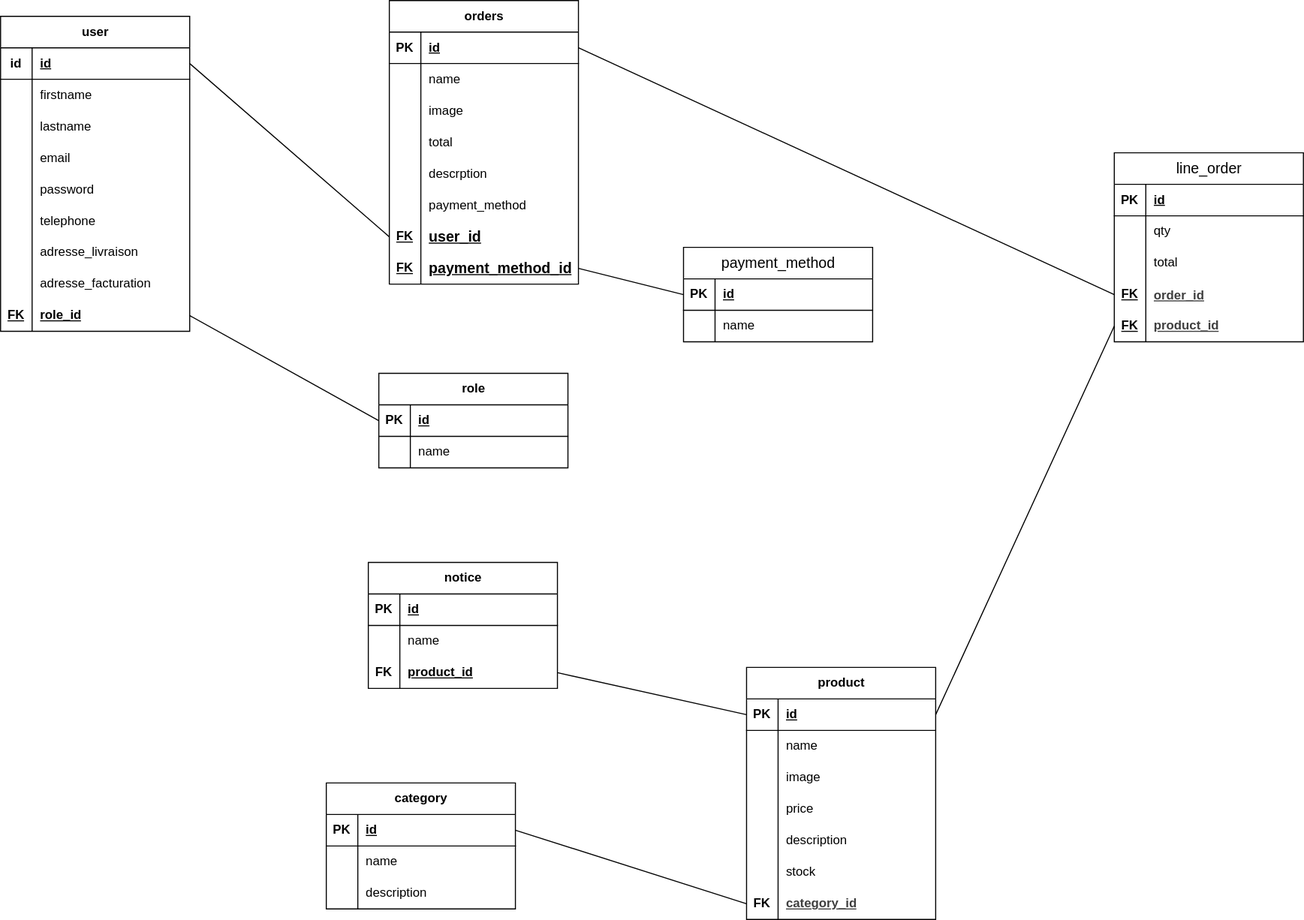
Before: code/merise/project/MLD.drawio.svg, a diagram exported from draw.io (AwadRoubahAhmed/eMateriel). Source tidied: cells renumbered, new cells last; positions are measured from the earlier drawing's top-left corner, leaving out a move shared by most shapes.
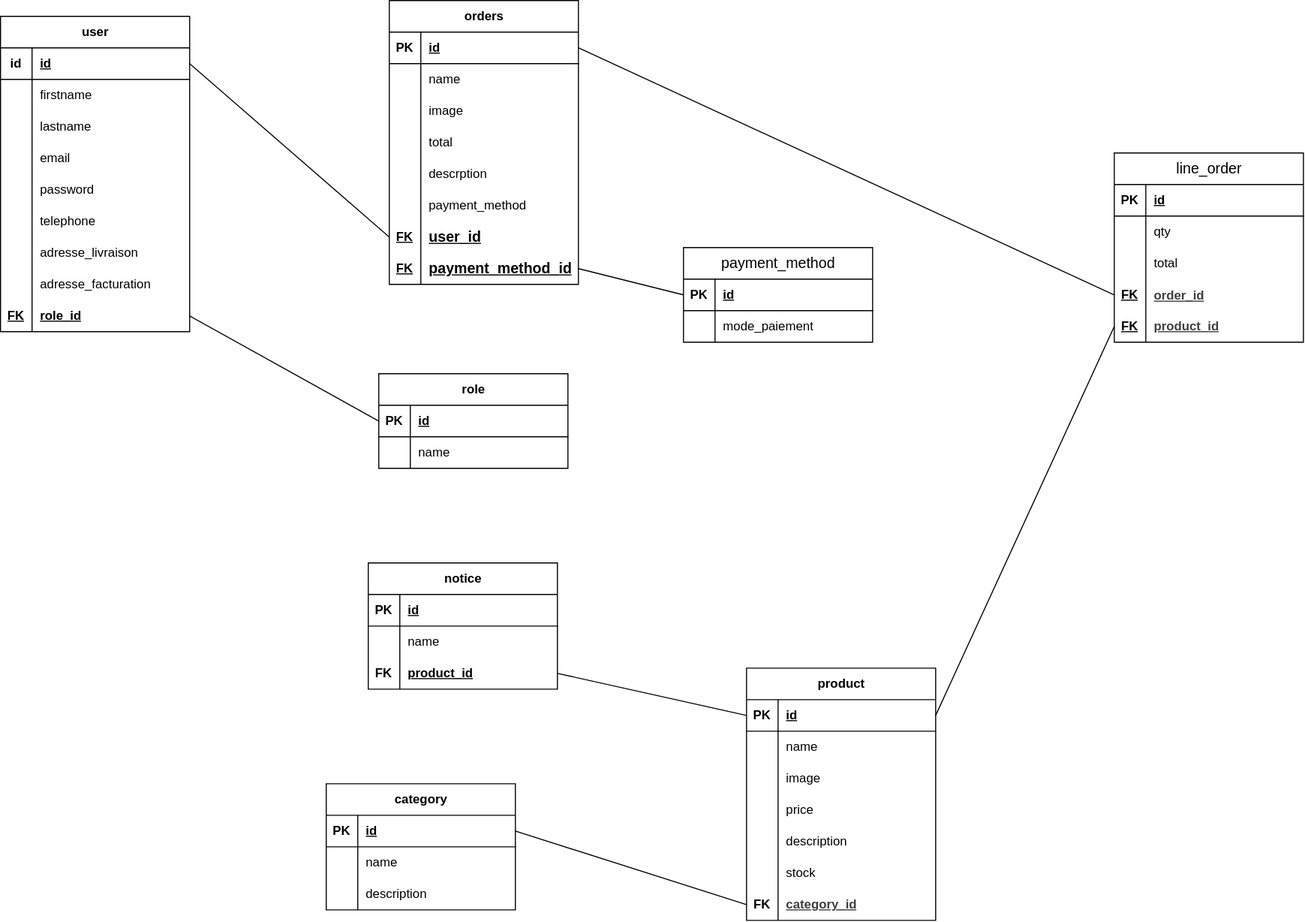
The same file after the commit.

Diff of the diagram source:
```diff
@@ -203,7 +203,7 @@
     <mxCell id="68" style="shape=partialRectangle;fillColor=none;top=0;left=0;bottom=0;right=0;overflow=hidden;whiteSpace=wrap;html=1;" parent="67" vertex="1">
       <mxGeometry width="30" height="30" as="geometry" />
     </mxCell>
-    <mxCell id="69" value="name" style="shape=partialRectangle;fillColor=none;top=0;left=0;bottom=0;right=0;align=left;spacingLeft=6;overflow=hidden;whiteSpace=wrap;html=1;" parent="67" vertex="1">
+    <mxCell id="69" value="&lt;span style=&quot;color: rgb(0, 0, 0);&quot;&gt;mode_paiement&lt;/span&gt;" style="shape=partialRectangle;fillColor=none;top=0;left=0;bottom=0;right=0;align=left;spacingLeft=6;overflow=hidden;whiteSpace=wrap;html=1;" parent="67" vertex="1">
       <mxGeometry x="30" width="150" height="30" as="geometry" />
     </mxCell>
     <mxCell id="70" style="endArrow=none;html=1;rounded=0;entryX=0;entryY=0.5;entryDx=0;entryDy=0;exitX=1;exitY=0.5;exitDx=0;exitDy=0;" parent="1" edge="1" source="60" target="64">
```
